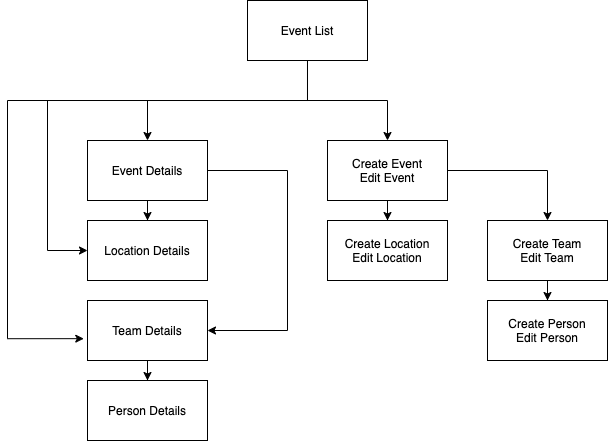
Before: documentation/02_sitemap.png, a diagram exported from draw.io (mbalabanov/eventradar). Source tidied: cells renumbered, new cells last; positions are measured from the earlier drawing's top-left corner, leaving out a move shared by most shapes. The source it was exported from:
```xml
<mxGraphModel>
  <root>
    <mxCell id="0" />
    <mxCell id="1" parent="0" />
    <mxCell id="2" style="edgeStyle=orthogonalEdgeStyle;rounded=0;jettySize=auto;html=1;" parent="1" edge="1" source="6" target="20">
      <mxGeometry relative="1" as="geometry">
        <Array as="points">
          <mxPoint x="300" y="100" />
          <mxPoint x="140" y="100" />
        </Array>
      </mxGeometry>
    </mxCell>
    <mxCell id="3" style="edgeStyle=orthogonalEdgeStyle;rounded=0;jettySize=auto;html=1;" parent="1" edge="1" source="6" target="13">
      <mxGeometry relative="1" as="geometry" />
    </mxCell>
    <mxCell id="4" style="edgeStyle=orthogonalEdgeStyle;rounded=0;jettySize=auto;html=1;entryX=0;entryY=0.5;entryDx=0;entryDy=0;" parent="1" edge="1" source="6" target="17">
      <mxGeometry relative="1" as="geometry">
        <Array as="points">
          <mxPoint x="300" y="100" />
          <mxPoint x="40" y="100" />
          <mxPoint x="40" y="250" />
        </Array>
      </mxGeometry>
    </mxCell>
    <mxCell id="5" style="edgeStyle=orthogonalEdgeStyle;rounded=0;jettySize=auto;html=1;entryX=-0.031;entryY=0.636;entryDx=0;entryDy=0;entryPerimeter=0;" parent="1" edge="1" source="6" target="16">
      <mxGeometry relative="1" as="geometry">
        <Array as="points">
          <mxPoint x="300" y="100" />
          <mxPoint y="100" />
          <mxPoint y="338" />
        </Array>
      </mxGeometry>
    </mxCell>
    <mxCell id="6" value="Event List" style="rounded=0;whiteSpace=wrap;html=1;" parent="1" vertex="1">
      <mxGeometry x="240" width="120" height="60" as="geometry" />
    </mxCell>
    <mxCell id="7" value="Create Person&lt;br&gt;Edit Person" style="rounded=0;whiteSpace=wrap;html=1;" parent="1" vertex="1">
      <mxGeometry x="480" y="300" width="120" height="60" as="geometry" />
    </mxCell>
    <mxCell id="8" style="edgeStyle=orthogonalEdgeStyle;rounded=0;jettySize=auto;html=1;" parent="1" edge="1" source="9" target="7">
      <mxGeometry relative="1" as="geometry" />
    </mxCell>
    <mxCell id="9" value="Create Team&lt;br&gt;Edit Team" style="rounded=0;whiteSpace=wrap;html=1;" parent="1" vertex="1">
      <mxGeometry x="480" y="220" width="120" height="60" as="geometry" />
    </mxCell>
    <mxCell id="10" value="Create Location&lt;br&gt;Edit Location" style="rounded=0;whiteSpace=wrap;html=1;" parent="1" vertex="1">
      <mxGeometry x="320" y="220" width="120" height="60" as="geometry" />
    </mxCell>
    <mxCell id="11" style="edgeStyle=orthogonalEdgeStyle;rounded=0;jettySize=auto;html=1;" parent="1" edge="1" source="13" target="10">
      <mxGeometry relative="1" as="geometry" />
    </mxCell>
    <mxCell id="12" style="edgeStyle=orthogonalEdgeStyle;rounded=0;jettySize=auto;html=1;entryX=0.5;entryY=0;entryDx=0;entryDy=0;" parent="1" edge="1" source="13" target="9">
      <mxGeometry relative="1" as="geometry">
        <Array as="points">
          <mxPoint x="540" y="170" />
        </Array>
      </mxGeometry>
    </mxCell>
    <mxCell id="13" value="Create Event&lt;br&gt;Edit Event" style="rounded=0;whiteSpace=wrap;html=1;" parent="1" vertex="1">
      <mxGeometry x="320" y="140" width="120" height="60" as="geometry" />
    </mxCell>
    <mxCell id="14" value="Person Details" style="rounded=0;whiteSpace=wrap;html=1;" parent="1" vertex="1">
      <mxGeometry x="80" y="380" width="120" height="60" as="geometry" />
    </mxCell>
    <mxCell id="15" style="edgeStyle=orthogonalEdgeStyle;rounded=0;jettySize=auto;html=1;entryX=0.5;entryY=0;entryDx=0;entryDy=0;" parent="1" edge="1" source="16" target="14">
      <mxGeometry relative="1" as="geometry" />
    </mxCell>
    <mxCell id="16" value="Team Details" style="rounded=0;whiteSpace=wrap;html=1;" parent="1" vertex="1">
      <mxGeometry x="80" y="300" width="120" height="60" as="geometry" />
    </mxCell>
    <mxCell id="17" value="Location Details" style="rounded=0;whiteSpace=wrap;html=1;" parent="1" vertex="1">
      <mxGeometry x="80" y="220" width="120" height="60" as="geometry" />
    </mxCell>
    <mxCell id="18" style="edgeStyle=orthogonalEdgeStyle;rounded=0;jettySize=auto;html=1;entryX=1;entryY=0.5;entryDx=0;entryDy=0;" parent="1" edge="1" source="20" target="16">
      <mxGeometry relative="1" as="geometry">
        <Array as="points">
          <mxPoint x="280" y="170" />
          <mxPoint x="280" y="330" />
        </Array>
      </mxGeometry>
    </mxCell>
    <mxCell id="19" style="edgeStyle=orthogonalEdgeStyle;rounded=0;jettySize=auto;html=1;" parent="1" edge="1" source="20" target="17">
      <mxGeometry relative="1" as="geometry" />
    </mxCell>
    <mxCell id="20" value="Event Details" style="rounded=0;whiteSpace=wrap;html=1;" parent="1" vertex="1">
      <mxGeometry x="80" y="140" width="120" height="60" as="geometry" />
    </mxCell>
  </root>
</mxGraphModel>
```
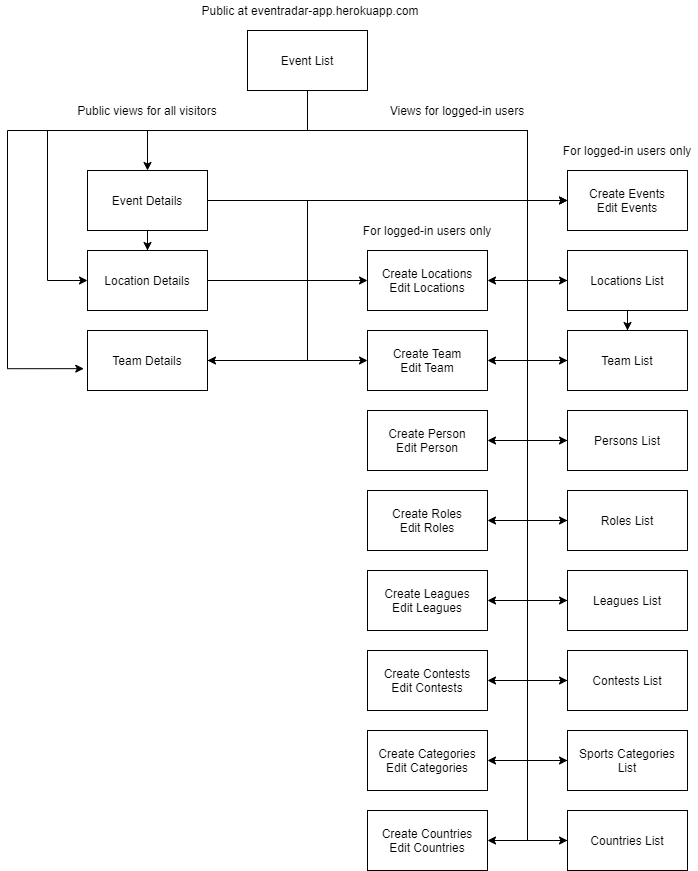
After the commit.

Commit message:
Tweaked lables, add wireframes

What changed in the source:
```diff
@@ -5,85 +5,234 @@
     <mxCell id="2" style="edgeStyle=orthogonalEdgeStyle;rounded=0;jettySize=auto;html=1;" parent="1" edge="1" source="6" target="20">
       <mxGeometry relative="1" as="geometry">
         <Array as="points">
-          <mxPoint x="300" y="100" />
-          <mxPoint x="140" y="100" />
+          <mxPoint x="300" y="120" />
+          <mxPoint x="140" y="120" />
         </Array>
       </mxGeometry>
     </mxCell>
-    <mxCell id="3" style="edgeStyle=orthogonalEdgeStyle;rounded=0;jettySize=auto;html=1;" parent="1" edge="1" source="6" target="13">
-      <mxGeometry relative="1" as="geometry" />
-    </mxCell>
     <mxCell id="4" style="edgeStyle=orthogonalEdgeStyle;rounded=0;jettySize=auto;html=1;entryX=0;entryY=0.5;entryDx=0;entryDy=0;" parent="1" edge="1" source="6" target="17">
       <mxGeometry relative="1" as="geometry">
         <Array as="points">
-          <mxPoint x="300" y="100" />
-          <mxPoint x="40" y="100" />
-          <mxPoint x="40" y="250" />
+          <mxPoint x="300" y="120" />
+          <mxPoint x="40" y="120" />
+          <mxPoint x="40" y="270" />
         </Array>
       </mxGeometry>
     </mxCell>
     <mxCell id="5" style="edgeStyle=orthogonalEdgeStyle;rounded=0;jettySize=auto;html=1;entryX=-0.031;entryY=0.636;entryDx=0;entryDy=0;entryPerimeter=0;" parent="1" edge="1" source="6" target="16">
       <mxGeometry relative="1" as="geometry">
         <Array as="points">
-          <mxPoint x="300" y="100" />
-          <mxPoint y="100" />
-          <mxPoint y="338" />
+          <mxPoint x="300" y="120" />
+          <mxPoint y="120" />
+          <mxPoint y="358" />
         </Array>
       </mxGeometry>
     </mxCell>
+    <mxCell id="21" style="edgeStyle=orthogonalEdgeStyle;rounded=0;jettySize=auto;html=1;entryX=0;entryY=0.5;entryDx=0;entryDy=0;" parent="1" edge="1" source="6" target="54">
+      <mxGeometry relative="1" as="geometry">
+        <Array as="points">
+          <mxPoint x="300" y="120" />
+          <mxPoint x="520" y="120" />
+          <mxPoint x="520" y="190" />
+        </Array>
+      </mxGeometry>
+    </mxCell>
+    <mxCell id="3" style="edgeStyle=orthogonalEdgeStyle;rounded=0;jettySize=auto;html=1;entryX=0;entryY=0.5;entryDx=0;entryDy=0;" parent="1" edge="1" source="6" target="13">
+      <mxGeometry relative="1" as="geometry">
+        <Array as="points">
+          <mxPoint x="300" y="120" />
+          <mxPoint x="520" y="120" />
+          <mxPoint x="520" y="270" />
+        </Array>
+      </mxGeometry>
+    </mxCell>
+    <mxCell id="22" style="edgeStyle=orthogonalEdgeStyle;rounded=0;jettySize=auto;html=1;entryX=0;entryY=0.5;entryDx=0;entryDy=0;" parent="1" edge="1" source="6" target="10">
+      <mxGeometry relative="1" as="geometry">
+        <Array as="points">
+          <mxPoint x="300" y="120" />
+          <mxPoint x="520" y="120" />
+          <mxPoint x="520" y="350" />
+        </Array>
+      </mxGeometry>
+    </mxCell>
+    <mxCell id="23" style="edgeStyle=orthogonalEdgeStyle;rounded=0;jettySize=auto;html=1;entryX=0;entryY=0.5;entryDx=0;entryDy=0;" parent="1" edge="1" source="6" target="37">
+      <mxGeometry relative="1" as="geometry">
+        <Array as="points">
+          <mxPoint x="300" y="120" />
+          <mxPoint x="520" y="120" />
+          <mxPoint x="520" y="430" />
+        </Array>
+      </mxGeometry>
+    </mxCell>
+    <mxCell id="24" style="edgeStyle=orthogonalEdgeStyle;rounded=0;jettySize=auto;html=1;entryX=0;entryY=0.5;entryDx=0;entryDy=0;" parent="1" edge="1" source="6" target="39">
+      <mxGeometry relative="1" as="geometry">
+        <Array as="points">
+          <mxPoint x="300" y="120" />
+          <mxPoint x="520" y="120" />
+          <mxPoint x="520" y="510" />
+        </Array>
+      </mxGeometry>
+    </mxCell>
+    <mxCell id="25" style="edgeStyle=orthogonalEdgeStyle;rounded=0;jettySize=auto;html=1;entryX=0;entryY=0.5;entryDx=0;entryDy=0;" parent="1" edge="1" source="6" target="41">
+      <mxGeometry relative="1" as="geometry">
+        <Array as="points">
+          <mxPoint x="300" y="120" />
+          <mxPoint x="520" y="120" />
+          <mxPoint x="520" y="590" />
+        </Array>
+      </mxGeometry>
+    </mxCell>
+    <mxCell id="26" style="edgeStyle=orthogonalEdgeStyle;rounded=0;jettySize=auto;html=1;entryX=0;entryY=0.5;entryDx=0;entryDy=0;" parent="1" edge="1" source="6" target="43">
+      <mxGeometry relative="1" as="geometry">
+        <Array as="points">
+          <mxPoint x="300" y="120" />
+          <mxPoint x="520" y="120" />
+          <mxPoint x="520" y="670" />
+        </Array>
+      </mxGeometry>
+    </mxCell>
+    <mxCell id="27" style="edgeStyle=orthogonalEdgeStyle;rounded=0;jettySize=auto;html=1;entryX=0;entryY=0.5;entryDx=0;entryDy=0;" parent="1" edge="1" source="6" target="45">
+      <mxGeometry relative="1" as="geometry">
+        <Array as="points">
+          <mxPoint x="300" y="120" />
+          <mxPoint x="520" y="120" />
+          <mxPoint x="520" y="750" />
+        </Array>
+      </mxGeometry>
+    </mxCell>
+    <mxCell id="28" style="edgeStyle=orthogonalEdgeStyle;rounded=0;jettySize=auto;html=1;entryX=0;entryY=0.5;entryDx=0;entryDy=0;" parent="1" edge="1" source="6" target="47">
+      <mxGeometry relative="1" as="geometry">
+        <Array as="points">
+          <mxPoint x="300" y="120" />
+          <mxPoint x="520" y="120" />
+          <mxPoint x="520" y="830" />
+        </Array>
+      </mxGeometry>
+    </mxCell>
     <mxCell id="6" value="Event List" style="rounded=0;whiteSpace=wrap;html=1;" parent="1" vertex="1">
-      <mxGeometry x="240" width="120" height="60" as="geometry" />
+      <mxGeometry x="240" y="20" width="120" height="60" as="geometry" />
     </mxCell>
     <mxCell id="7" value="Create Person&lt;br&gt;Edit Person" style="rounded=0;whiteSpace=wrap;html=1;" parent="1" vertex="1">
-      <mxGeometry x="480" y="300" width="120" height="60" as="geometry" />
+      <mxGeometry x="360" y="400" width="120" height="60" as="geometry" />
     </mxCell>
-    <mxCell id="8" style="edgeStyle=orthogonalEdgeStyle;rounded=0;jettySize=auto;html=1;" parent="1" edge="1" source="9" target="7">
-      <mxGeometry relative="1" as="geometry" />
-    </mxCell>
-    <mxCell id="9" value="Create Team&lt;br&gt;Edit Team" style="rounded=0;whiteSpace=wrap;html=1;" parent="1" vertex="1">
-      <mxGeometry x="480" y="220" width="120" height="60" as="geometry" />
+    <mxCell id="9" value="Create Locations&lt;br&gt;Edit Locations" style="rounded=0;whiteSpace=wrap;html=1;" parent="1" vertex="1">
+      <mxGeometry x="360" y="240" width="120" height="60" as="geometry" />
     </mxCell>
+    <mxCell id="29" style="edgeStyle=orthogonalEdgeStyle;rounded=0;jettySize=auto;html=1;entryX=1;entryY=0.5;entryDx=0;entryDy=0;" parent="1" edge="1" source="10" target="48">
+      <mxGeometry relative="1" as="geometry" />
+    </mxCell>
-    <mxCell id="10" value="Create Location&lt;br&gt;Edit Location" style="rounded=0;whiteSpace=wrap;html=1;" parent="1" vertex="1">
-      <mxGeometry x="320" y="220" width="120" height="60" as="geometry" />
+    <mxCell id="10" value="Team List" style="rounded=0;whiteSpace=wrap;html=1;" parent="1" vertex="1">
+      <mxGeometry x="560" y="320" width="120" height="60" as="geometry" />
     </mxCell>
     <mxCell id="11" style="edgeStyle=orthogonalEdgeStyle;rounded=0;jettySize=auto;html=1;" parent="1" edge="1" source="13" target="10">
       <mxGeometry relative="1" as="geometry" />
     </mxCell>
-    <mxCell id="12" style="edgeStyle=orthogonalEdgeStyle;rounded=0;jettySize=auto;html=1;entryX=0.5;entryY=0;entryDx=0;entryDy=0;" parent="1" edge="1" source="13" target="9">
-      <mxGeometry relative="1" as="geometry">
-        <Array as="points">
-          <mxPoint x="540" y="170" />
-        </Array>
-      </mxGeometry>
+    <mxCell id="12" style="edgeStyle=orthogonalEdgeStyle;rounded=0;jettySize=auto;html=1;entryX=1;entryY=0.5;entryDx=0;entryDy=0;" parent="1" edge="1" source="13" target="9">
+      <mxGeometry relative="1" as="geometry" />
     </mxCell>
-    <mxCell id="13" value="Create Event&lt;br&gt;Edit Event" style="rounded=0;whiteSpace=wrap;html=1;" parent="1" vertex="1">
-      <mxGeometry x="320" y="140" width="120" height="60" as="geometry" />
+    <mxCell id="13" value="Locations List" style="rounded=0;whiteSpace=wrap;html=1;" parent="1" vertex="1">
+      <mxGeometry x="560" y="240" width="120" height="60" as="geometry" />
     </mxCell>
-    <mxCell id="14" value="Person Details" style="rounded=0;whiteSpace=wrap;html=1;" parent="1" vertex="1">
-      <mxGeometry x="80" y="380" width="120" height="60" as="geometry" />
-    </mxCell>
-    <mxCell id="15" style="edgeStyle=orthogonalEdgeStyle;rounded=0;jettySize=auto;html=1;entryX=0.5;entryY=0;entryDx=0;entryDy=0;" parent="1" edge="1" source="16" target="14">
-      <mxGeometry relative="1" as="geometry" />
-    </mxCell>
+    <mxCell id="30" style="edgeStyle=orthogonalEdgeStyle;rounded=0;jettySize=auto;html=1;entryX=0;entryY=0.5;entryDx=0;entryDy=0;" parent="1" edge="1" source="16" target="48">
+      <mxGeometry relative="1" as="geometry" />
+    </mxCell>
     <mxCell id="16" value="Team Details" style="rounded=0;whiteSpace=wrap;html=1;" parent="1" vertex="1">
-      <mxGeometry x="80" y="300" width="120" height="60" as="geometry" />
+      <mxGeometry x="80" y="320" width="120" height="60" as="geometry" />
     </mxCell>
+    <mxCell id="31" style="edgeStyle=orthogonalEdgeStyle;rounded=0;jettySize=auto;html=1;entryX=0;entryY=0.5;entryDx=0;entryDy=0;" parent="1" edge="1" source="17" target="9">
+      <mxGeometry relative="1" as="geometry" />
+    </mxCell>
     <mxCell id="17" value="Location Details" style="rounded=0;whiteSpace=wrap;html=1;" parent="1" vertex="1">
-      <mxGeometry x="80" y="220" width="120" height="60" as="geometry" />
+      <mxGeometry x="80" y="240" width="120" height="60" as="geometry" />
     </mxCell>
     <mxCell id="18" style="edgeStyle=orthogonalEdgeStyle;rounded=0;jettySize=auto;html=1;entryX=1;entryY=0.5;entryDx=0;entryDy=0;" parent="1" edge="1" source="20" target="16">
       <mxGeometry relative="1" as="geometry">
         <Array as="points">
-          <mxPoint x="280" y="170" />
-          <mxPoint x="280" y="330" />
+          <mxPoint x="300" y="190" />
+          <mxPoint x="300" y="350" />
         </Array>
       </mxGeometry>
     </mxCell>
     <mxCell id="19" style="edgeStyle=orthogonalEdgeStyle;rounded=0;jettySize=auto;html=1;" parent="1" edge="1" source="20" target="17">
       <mxGeometry relative="1" as="geometry" />
     </mxCell>
+    <mxCell id="32" style="edgeStyle=orthogonalEdgeStyle;rounded=0;jettySize=auto;html=1;entryX=0;entryY=0.5;entryDx=0;entryDy=0;" parent="1" edge="1" source="20" target="54">
+      <mxGeometry relative="1" as="geometry" />
+    </mxCell>
     <mxCell id="20" value="Event Details" style="rounded=0;whiteSpace=wrap;html=1;" parent="1" vertex="1">
-      <mxGeometry x="80" y="140" width="120" height="60" as="geometry" />
+      <mxGeometry x="80" y="160" width="120" height="60" as="geometry" />
     </mxCell>
+    <mxCell id="33" value="Public at eventradar-app.herokuapp.com" style="text;html=1;strokeColor=none;fillColor=none;align=center;verticalAlign=middle;whiteSpace=wrap;rounded=0;" parent="1" vertex="1">
+      <mxGeometry x="180" y="-10" width="246" height="20" as="geometry" />
+    </mxCell>
+    <mxCell id="34" value="Public views for all visitors" style="text;html=1;strokeColor=none;fillColor=none;align=center;verticalAlign=middle;whiteSpace=wrap;rounded=0;" parent="1" vertex="1">
+      <mxGeometry x="60" y="90" width="160" height="20" as="geometry" />
+    </mxCell>
+    <mxCell id="35" value="Views for logged-in users" style="text;html=1;strokeColor=none;fillColor=none;align=center;verticalAlign=middle;whiteSpace=wrap;rounded=0;" parent="1" vertex="1">
+      <mxGeometry x="380" y="90" width="140" height="20" as="geometry" />
+    </mxCell>
+    <mxCell id="36" style="edgeStyle=orthogonalEdgeStyle;rounded=0;jettySize=auto;html=1;entryX=1;entryY=0.5;entryDx=0;entryDy=0;" parent="1" edge="1" source="37" target="7">
+      <mxGeometry relative="1" as="geometry" />
+    </mxCell>
+    <mxCell id="37" value="Persons List" style="rounded=0;whiteSpace=wrap;html=1;" parent="1" vertex="1">
+      <mxGeometry x="560" y="400" width="120" height="60" as="geometry" />
+    </mxCell>
+    <mxCell id="38" style="edgeStyle=orthogonalEdgeStyle;rounded=0;jettySize=auto;html=1;entryX=1;entryY=0.5;entryDx=0;entryDy=0;" parent="1" edge="1" source="39" target="49">
+      <mxGeometry relative="1" as="geometry" />
+    </mxCell>
+    <mxCell id="39" value="Roles List" style="rounded=0;whiteSpace=wrap;html=1;" parent="1" vertex="1">
+      <mxGeometry x="560" y="480" width="120" height="60" as="geometry" />
+    </mxCell>
+    <mxCell id="40" style="edgeStyle=orthogonalEdgeStyle;rounded=0;jettySize=auto;html=1;entryX=1;entryY=0.5;entryDx=0;entryDy=0;" parent="1" edge="1" source="41" target="50">
+      <mxGeometry relative="1" as="geometry" />
+    </mxCell>
+    <mxCell id="41" value="Leagues List" style="rounded=0;whiteSpace=wrap;html=1;" parent="1" vertex="1">
+      <mxGeometry x="560" y="560" width="120" height="60" as="geometry" />
+    </mxCell>
+    <mxCell id="42" style="edgeStyle=orthogonalEdgeStyle;rounded=0;jettySize=auto;html=1;entryX=1;entryY=0.5;entryDx=0;entryDy=0;" parent="1" edge="1" source="43" target="51">
+      <mxGeometry relative="1" as="geometry" />
+    </mxCell>
+    <mxCell id="43" value="Contests List" style="rounded=0;whiteSpace=wrap;html=1;" parent="1" vertex="1">
+      <mxGeometry x="560" y="640" width="120" height="60" as="geometry" />
+    </mxCell>
+    <mxCell id="44" style="edgeStyle=orthogonalEdgeStyle;rounded=0;jettySize=auto;html=1;entryX=1;entryY=0.5;entryDx=0;entryDy=0;" parent="1" edge="1" source="45" target="52">
+      <mxGeometry relative="1" as="geometry" />
+    </mxCell>
+    <mxCell id="45" value="Sports Categories List" style="rounded=0;whiteSpace=wrap;html=1;" parent="1" vertex="1">
+      <mxGeometry x="560" y="720" width="120" height="60" as="geometry" />
+    </mxCell>
+    <mxCell id="46" style="edgeStyle=orthogonalEdgeStyle;rounded=0;jettySize=auto;html=1;entryX=1;entryY=0.5;entryDx=0;entryDy=0;" parent="1" edge="1" source="47" target="53">
+      <mxGeometry relative="1" as="geometry" />
+    </mxCell>
+    <mxCell id="47" value="Countries List" style="rounded=0;whiteSpace=wrap;html=1;" parent="1" vertex="1">
+      <mxGeometry x="560" y="800" width="120" height="60" as="geometry" />
+    </mxCell>
+    <mxCell id="48" value="Create Team&lt;br&gt;Edit Team" style="rounded=0;whiteSpace=wrap;html=1;" parent="1" vertex="1">
+      <mxGeometry x="360" y="320" width="120" height="60" as="geometry" />
+    </mxCell>
+    <mxCell id="49" value="Create Roles&lt;br&gt;Edit Roles" style="rounded=0;whiteSpace=wrap;html=1;" parent="1" vertex="1">
+      <mxGeometry x="360" y="480" width="120" height="60" as="geometry" />
+    </mxCell>
+    <mxCell id="50" value="Create Leagues&lt;br&gt;Edit Leagues" style="rounded=0;whiteSpace=wrap;html=1;" parent="1" vertex="1">
+      <mxGeometry x="360" y="560" width="120" height="60" as="geometry" />
+    </mxCell>
+    <mxCell id="51" value="Create Contests&lt;br&gt;Edit Contests" style="rounded=0;whiteSpace=wrap;html=1;" parent="1" vertex="1">
+      <mxGeometry x="360" y="640" width="120" height="60" as="geometry" />
+    </mxCell>
+    <mxCell id="52" value="Create Categories&lt;br&gt;Edit Categories" style="rounded=0;whiteSpace=wrap;html=1;" parent="1" vertex="1">
+      <mxGeometry x="360" y="720" width="120" height="60" as="geometry" />
+    </mxCell>
+    <mxCell id="53" value="Create Countries&lt;br&gt;Edit Countries" style="rounded=0;whiteSpace=wrap;html=1;" parent="1" vertex="1">
+      <mxGeometry x="360" y="800" width="120" height="60" as="geometry" />
+    </mxCell>
+    <mxCell id="54" value="Create Events&lt;br&gt;Edit Events" style="rounded=0;whiteSpace=wrap;html=1;" parent="1" vertex="1">
+      <mxGeometry x="560" y="160" width="120" height="60" as="geometry" />
+    </mxCell>
+    <mxCell id="55" value="For logged-in users only" style="text;html=1;strokeColor=none;fillColor=none;align=center;verticalAlign=middle;whiteSpace=wrap;rounded=0;" parent="1" vertex="1">
+      <mxGeometry x="550" y="130" width="140" height="20" as="geometry" />
+    </mxCell>
+    <mxCell id="56" value="For logged-in users only" style="text;html=1;strokeColor=none;fillColor=none;align=center;verticalAlign=middle;whiteSpace=wrap;rounded=0;" parent="1" vertex="1">
+      <mxGeometry x="350" y="210" width="140" height="20" as="geometry" />
+    </mxCell>
   </root>
 </mxGraphModel>
```
